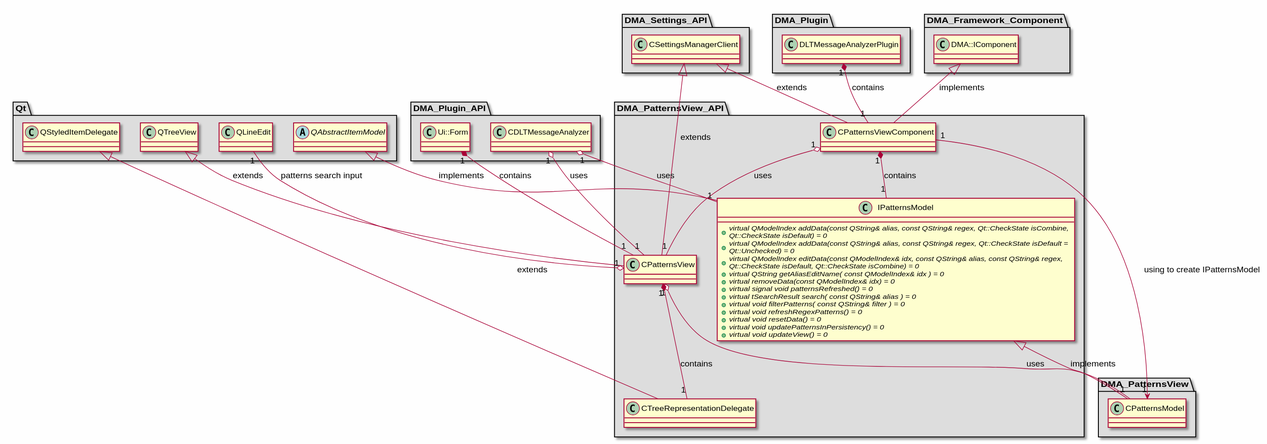
Earlier version of the PlantUML export md/dev_docs/puml/DMA_PatternsView_API.svg (svlad-90/DLT-Message-Analyzer).
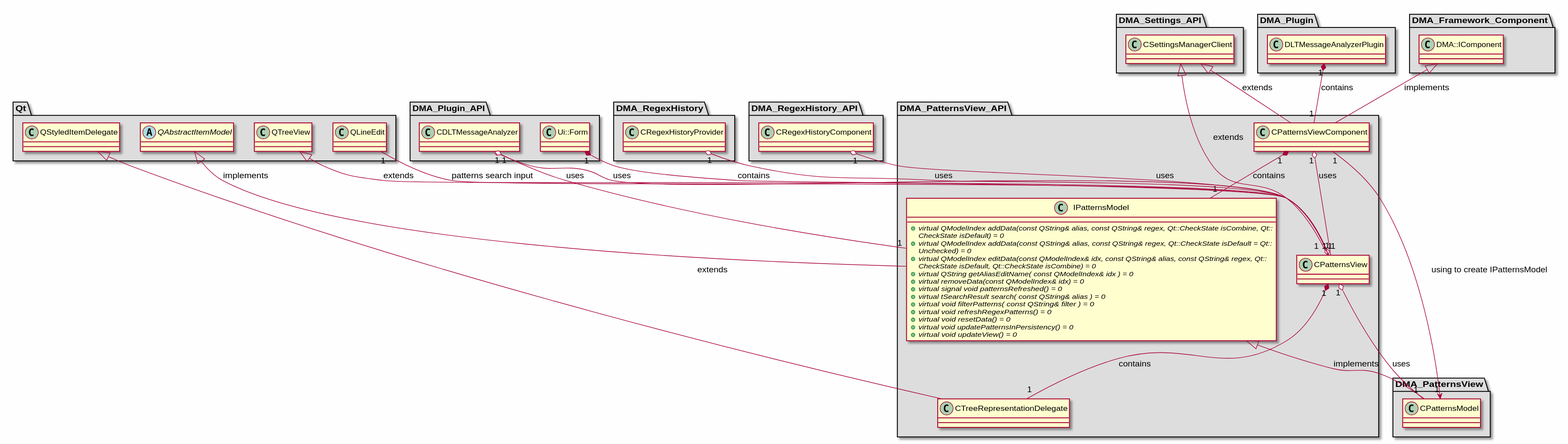
The same diagram one commit later.

The edit, as a diff of the source:
```diff
@@ -75,6 +75,24 @@
 
 }
 
+package "DMA_RegexHistory" #DDDDDD
+{
+
+class "CRegexHistoryProvider"
+{
+}
+
+}
+
+package "DMA_RegexHistory_API" #DDDDDD
+{
+
+class "CRegexHistoryComponent"
+{
+}
+
+}
+
 package "DMA_Settings_API" #DDDDDD
 {
 
@@ -123,5 +141,7 @@
 CDLTMessageAnalyzer "1" o-- "1" CPatternsView : uses
 CDLTMessageAnalyzer "1" o-- "1" IPatternsModel : uses
 Ui::Form "1" *-- "1" CPatternsView : contains
+CRegexHistoryProvider "1" o-- "1" CPatternsView : uses
+CRegexHistoryComponent "1" o-- "1" CPatternsView : uses
 
 @enduml
```
